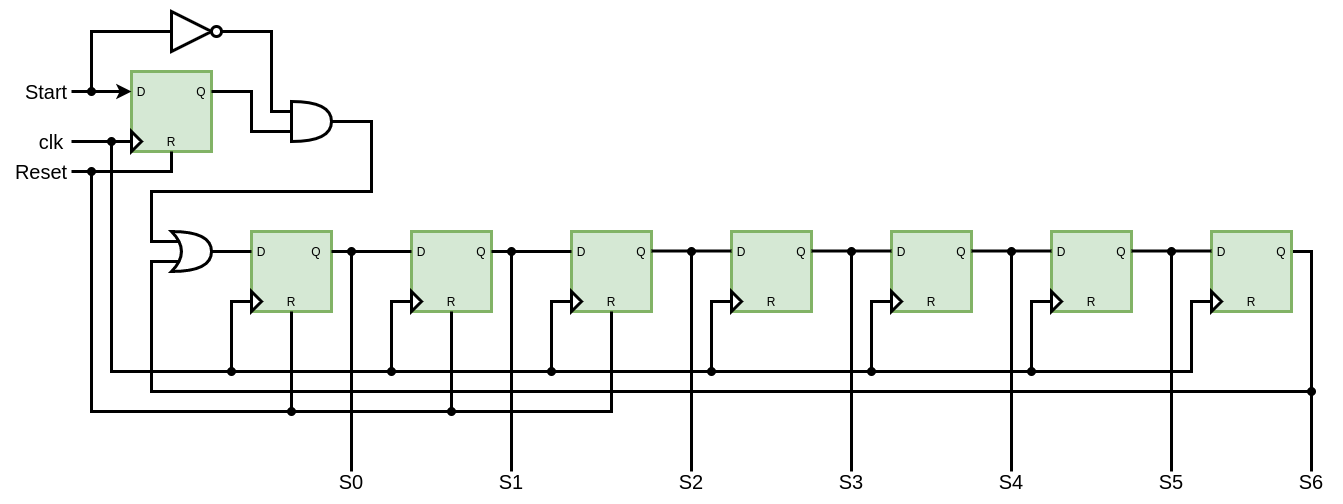
Before: other/diagrams/seven_state_sm.png, a diagram exported from draw.io (dma-neves/dcpu). Source tidied: cells renumbered, new cells last; positions are measured from the earlier drawing's top-left corner, leaving out a move shared by most shapes.
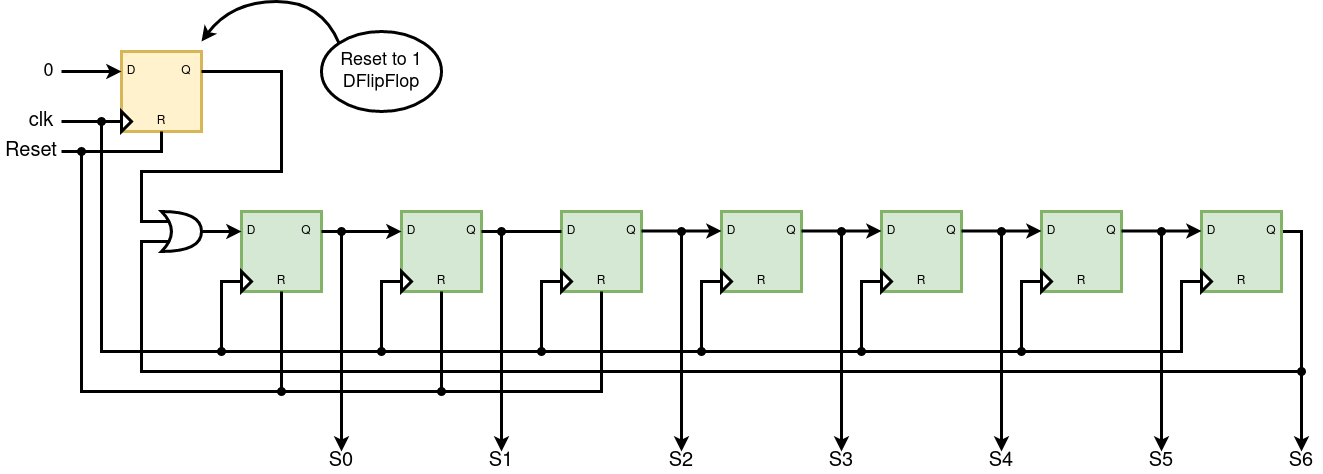
The same file after the commit.

Diff of the diagram source:
```diff
@@ -26,9 +26,6 @@
     <mxCell id="9" value="Q" style="text;html=1;strokeColor=none;fillColor=none;align=center;verticalAlign=middle;whiteSpace=wrap;rounded=0;strokeWidth=3;" parent="1" vertex="1">
       <mxGeometry x="450" y="230" width="40" height="20" as="geometry" />
     </mxCell>
-    <mxCell id="10" value="Start" style="text;html=1;strokeColor=none;fillColor=none;align=center;verticalAlign=middle;whiteSpace=wrap;rounded=0;strokeWidth=3;fontSize=20;" parent="1" vertex="1">
-      <mxGeometry x="10" y="70" width="50" height="20" as="geometry" />
-    </mxCell>
     <mxCell id="11" value="R" style="text;html=1;strokeColor=none;fillColor=none;align=center;verticalAlign=middle;whiteSpace=wrap;rounded=0;strokeWidth=3;" parent="1" vertex="1">
       <mxGeometry x="260" y="280" width="40" height="20" as="geometry" />
     </mxCell>
@@ -77,27 +74,18 @@
         </Array>
       </mxGeometry>
     </mxCell>
-    <mxCell id="19" style="endArrow=none;html=1;strokeColor=#000000;exitX=1;exitY=0.5;exitDx=0;exitDy=0;exitPerimeter=0;strokeWidth=3;" parent="1" edge="1">
+    <mxCell id="19" style="endArrow=classic;html=1;strokeColor=#000000;exitX=1;exitY=0.5;exitDx=0;exitDy=0;exitPerimeter=0;strokeWidth=3;endFill=1;" parent="1" edge="1">
       <mxGeometry relative="1" as="geometry">
         <mxPoint x="200" y="240" as="sourcePoint" />
         <mxPoint x="240" y="240" as="targetPoint" />
       </mxGeometry>
     </mxCell>
-    <mxCell id="20" style="triangle;whiteSpace=wrap;html=1;strokeWidth=3;" parent="1" vertex="1">
-      <mxGeometry x="160" width="40" height="40" as="geometry" />
-    </mxCell>
-    <mxCell id="21" style="ellipse;whiteSpace=wrap;html=1;strokeWidth=3;" parent="1" vertex="1">
-      <mxGeometry x="200" y="15" width="10" height="10" as="geometry" />
-    </mxCell>
-    <mxCell id="22" style="shape=or;whiteSpace=wrap;html=1;strokeWidth=3;" parent="1" vertex="1">
-      <mxGeometry x="280" y="90" width="40" height="40" as="geometry" />
-    </mxCell>
-    <mxCell id="23" style="endArrow=oval;html=1;strokeColor=#000000;startArrow=none;startFill=0;endFill=1;exitX=0.5;exitY=0;exitDx=0;exitDy=0;strokeWidth=3;" parent="1" edge="1" source="25">
+    <mxCell id="23" style="endArrow=oval;html=1;strokeColor=#000000;startArrow=classic;startFill=1;endFill=1;exitX=0.5;exitY=0;exitDx=0;exitDy=0;strokeWidth=3;" parent="1" edge="1" source="25">
       <mxGeometry relative="1" as="geometry">
         <mxPoint x="340" y="240" as="targetPoint" />
       </mxGeometry>
     </mxCell>
-    <mxCell id="24" style="endArrow=none;html=1;strokeColor=#000000;startArrow=oval;startFill=1;entryX=0.5;entryY=0;entryDx=0;entryDy=0;strokeWidth=3;" parent="1" edge="1" target="26">
+    <mxCell id="24" style="endArrow=classic;html=1;strokeColor=#000000;startArrow=oval;startFill=1;entryX=0.5;entryY=0;entryDx=0;entryDy=0;strokeWidth=3;endFill=1;" parent="1" edge="1" target="26">
       <mxGeometry relative="1" as="geometry">
         <mxPoint x="500" y="240" as="sourcePoint" />
       </mxGeometry>
@@ -242,31 +230,31 @@
         </Array>
       </mxGeometry>
     </mxCell>
-    <mxCell id="59" style="endArrow=none;html=1;exitX=1;exitY=0.25;exitDx=0;exitDy=0;strokeWidth=3;" parent="1" edge="1">
+    <mxCell id="59" style="endArrow=classic;html=1;exitX=1;exitY=0.25;exitDx=0;exitDy=0;strokeWidth=3;endFill=1;" parent="1" edge="1">
       <mxGeometry relative="1" as="geometry">
         <mxPoint x="640" y="239.5" as="sourcePoint" />
         <mxPoint x="720" y="239.5" as="targetPoint" />
       </mxGeometry>
     </mxCell>
-    <mxCell id="60" style="endArrow=none;html=1;exitX=1;exitY=0.25;exitDx=0;exitDy=0;strokeWidth=3;" parent="1" edge="1">
+    <mxCell id="60" style="endArrow=classic;html=1;exitX=1;exitY=0.25;exitDx=0;exitDy=0;strokeWidth=3;endFill=1;" parent="1" edge="1">
       <mxGeometry relative="1" as="geometry">
         <mxPoint x="800" y="239.5" as="sourcePoint" />
         <mxPoint x="880" y="239.5" as="targetPoint" />
       </mxGeometry>
     </mxCell>
-    <mxCell id="61" style="endArrow=none;html=1;exitX=1;exitY=0.25;exitDx=0;exitDy=0;strokeWidth=3;" parent="1" edge="1">
+    <mxCell id="61" style="endArrow=classic;html=1;exitX=1;exitY=0.25;exitDx=0;exitDy=0;strokeWidth=3;endFill=1;" parent="1" edge="1">
       <mxGeometry relative="1" as="geometry">
         <mxPoint x="960" y="239.5" as="sourcePoint" />
         <mxPoint x="1040" y="239.5" as="targetPoint" />
       </mxGeometry>
     </mxCell>
-    <mxCell id="62" style="endArrow=none;html=1;exitX=1;exitY=0.25;exitDx=0;exitDy=0;strokeWidth=3;" parent="1" edge="1">
+    <mxCell id="62" style="endArrow=classic;html=1;exitX=1;exitY=0.25;exitDx=0;exitDy=0;strokeWidth=3;endFill=1;" parent="1" edge="1">
       <mxGeometry relative="1" as="geometry">
         <mxPoint x="1120" y="239.5" as="sourcePoint" />
         <mxPoint x="1200" y="239.5" as="targetPoint" />
       </mxGeometry>
     </mxCell>
-    <mxCell id="63" style="endArrow=none;html=1;strokeColor=#000000;startArrow=oval;startFill=1;entryX=0.5;entryY=0;entryDx=0;entryDy=0;strokeWidth=3;" parent="1" edge="1" target="64">
+    <mxCell id="63" style="endArrow=classic;html=1;strokeColor=#000000;startArrow=oval;startFill=1;entryX=0.5;entryY=0;entryDx=0;entryDy=0;strokeWidth=3;endFill=1;" parent="1" edge="1" target="64">
       <mxGeometry relative="1" as="geometry">
         <mxPoint x="680" y="240" as="sourcePoint" />
       </mxGeometry>
@@ -274,7 +262,7 @@
     <mxCell id="64" value="S2" style="text;html=1;strokeColor=none;fillColor=none;align=center;verticalAlign=middle;whiteSpace=wrap;rounded=0;strokeWidth=3;fontSize=20;" parent="1" vertex="1">
       <mxGeometry x="660" y="460" width="40" height="20" as="geometry" />
     </mxCell>
-    <mxCell id="65" style="endArrow=none;html=1;strokeColor=#000000;startArrow=oval;startFill=1;entryX=0.5;entryY=0;entryDx=0;entryDy=0;strokeWidth=3;" parent="1" edge="1" target="66">
+    <mxCell id="65" style="endArrow=classic;html=1;strokeColor=#000000;startArrow=oval;startFill=1;entryX=0.5;entryY=0;entryDx=0;entryDy=0;strokeWidth=3;endFill=1;" parent="1" edge="1" target="66">
       <mxGeometry relative="1" as="geometry">
         <mxPoint x="840" y="240" as="sourcePoint" />
       </mxGeometry>
@@ -282,7 +270,7 @@
     <mxCell id="66" value="S3" style="text;html=1;strokeColor=none;fillColor=none;align=center;verticalAlign=middle;whiteSpace=wrap;rounded=0;strokeWidth=3;fontSize=20;" parent="1" vertex="1">
       <mxGeometry x="820" y="460" width="40" height="20" as="geometry" />
     </mxCell>
-    <mxCell id="67" style="endArrow=none;html=1;strokeColor=#000000;startArrow=oval;startFill=1;entryX=0.5;entryY=0;entryDx=0;entryDy=0;strokeWidth=3;" parent="1" edge="1" target="68">
+    <mxCell id="67" style="endArrow=classic;html=1;strokeColor=#000000;startArrow=oval;startFill=1;entryX=0.5;entryY=0;entryDx=0;entryDy=0;strokeWidth=3;endFill=1;" parent="1" edge="1" target="68">
       <mxGeometry relative="1" as="geometry">
         <mxPoint x="1000" y="240" as="sourcePoint" />
       </mxGeometry>
@@ -290,7 +278,7 @@
     <mxCell id="68" value="S4" style="text;html=1;strokeColor=none;fillColor=none;align=center;verticalAlign=middle;whiteSpace=wrap;rounded=0;strokeWidth=3;fontSize=20;" parent="1" vertex="1">
       <mxGeometry x="980" y="460" width="40" height="20" as="geometry" />
     </mxCell>
-    <mxCell id="69" style="endArrow=none;html=1;strokeColor=#000000;startArrow=oval;startFill=1;entryX=0.5;entryY=0;entryDx=0;entryDy=0;strokeWidth=3;" parent="1" edge="1" target="70">
+    <mxCell id="69" style="endArrow=classic;html=1;strokeColor=#000000;startArrow=oval;startFill=1;entryX=0.5;entryY=0;entryDx=0;entryDy=0;strokeWidth=3;endFill=1;" parent="1" edge="1" target="70">
       <mxGeometry relative="1" as="geometry">
         <mxPoint x="1160" y="240" as="sourcePoint" />
       </mxGeometry>
@@ -298,7 +286,7 @@
     <mxCell id="70" value="S5" style="text;html=1;strokeColor=none;fillColor=none;align=center;verticalAlign=middle;whiteSpace=wrap;rounded=0;strokeWidth=3;fontSize=20;" parent="1" vertex="1">
       <mxGeometry x="1140" y="460" width="40" height="20" as="geometry" />
     </mxCell>
-    <mxCell id="71" style="endArrow=none;html=1;strokeColor=#000000;startArrow=oval;startFill=1;entryX=0.5;entryY=0;entryDx=0;entryDy=0;strokeWidth=3;" parent="1" edge="1" target="72">
+    <mxCell id="71" style="endArrow=classic;html=1;strokeColor=#000000;startArrow=oval;startFill=1;entryX=0.5;entryY=0;entryDx=0;entryDy=0;strokeWidth=3;endFill=1;" parent="1" edge="1" target="72">
       <mxGeometry relative="1" as="geometry">
         <mxPoint x="1300" y="380" as="sourcePoint" />
       </mxGeometry>
@@ -306,7 +294,7 @@
     <mxCell id="72" value="S6" style="text;html=1;strokeColor=none;fillColor=none;align=center;verticalAlign=middle;whiteSpace=wrap;rounded=0;strokeWidth=3;fontSize=20;" parent="1" vertex="1">
       <mxGeometry x="1280" y="460" width="40" height="20" as="geometry" />
     </mxCell>
-    <mxCell id="73" style="rounded=0;whiteSpace=wrap;html=1;fillColor=#d5e8d4;strokeColor=#82b366;strokeWidth=3;" parent="1" vertex="1">
+    <mxCell id="73" style="rounded=0;whiteSpace=wrap;html=1;fillColor=#fff2cc;strokeColor=#d6b656;strokeWidth=3;" parent="1" vertex="1">
       <mxGeometry x="120" y="60" width="80" height="80" as="geometry" />
     </mxCell>
     <mxCell id="74" value="D" style="text;html=1;strokeColor=none;fillColor=none;align=center;verticalAlign=middle;whiteSpace=wrap;rounded=0;strokeWidth=3;" parent="1" vertex="1">
@@ -316,49 +304,26 @@
       <mxGeometry x="120" y="120" width="10" height="20" as="geometry" />
     </mxCell>
     <mxCell id="76" value="Q" style="text;html=1;strokeColor=none;fillColor=none;align=center;verticalAlign=middle;whiteSpace=wrap;rounded=0;strokeWidth=3;" parent="1" vertex="1">
-      <mxGeometry x="170" y="70" width="40" height="20" as="geometry" />
+      <mxGeometry x="170" y="70" width="30" height="20" as="geometry" />
     </mxCell>
     <mxCell id="77" value="R" style="text;html=1;strokeColor=none;fillColor=none;align=center;verticalAlign=middle;whiteSpace=wrap;rounded=0;strokeWidth=3;" parent="1" vertex="1">
       <mxGeometry x="140" y="120" width="40" height="20" as="geometry" />
     </mxCell>
-    <mxCell id="78" style="endArrow=classic;html=1;exitX=1;exitY=0.5;exitDx=0;exitDy=0;entryX=0;entryY=0.25;entryDx=0;entryDy=0;strokeWidth=3;" parent="1" edge="1" source="10" target="73">
-      <mxGeometry relative="1" as="geometry" />
+    <mxCell id="78" style="endArrow=classic;html=1;exitX=1;exitY=0.5;exitDx=0;exitDy=0;entryX=0;entryY=0.25;entryDx=0;entryDy=0;strokeWidth=3;" parent="1" edge="1" target="73">
+      <mxGeometry relative="1" as="geometry">
+        <mxPoint x="60" y="80" as="sourcePoint" />
+      </mxGeometry>
     </mxCell>
-    <mxCell id="79" style="endArrow=none;html=1;exitX=1;exitY=0.25;exitDx=0;exitDy=0;rounded=0;strokeWidth=3;" parent="1" edge="1" source="73">
-      <mxGeometry relative="1" as="geometry">
-        <mxPoint x="280" y="120" as="targetPoint" />
-        <Array as="points">
-          <mxPoint x="240" y="80" />
-          <mxPoint x="240" y="120" />
-        </Array>
-      </mxGeometry>
-    </mxCell>
-    <mxCell id="80" style="endArrow=none;html=1;exitX=1;exitY=0.5;exitDx=0;exitDy=0;entryX=0;entryY=0.25;entryDx=0;entryDy=0;entryPerimeter=0;rounded=0;strokeWidth=3;" parent="1" edge="1" source="21" target="22">
-      <mxGeometry relative="1" as="geometry">
-        <Array as="points">
-          <mxPoint x="260" y="20" />
-          <mxPoint x="260" y="100" />
-        </Array>
-      </mxGeometry>
-    </mxCell>
-    <mxCell id="81" style="endArrow=none;html=1;entryX=0;entryY=0.5;entryDx=0;entryDy=0;rounded=0;startArrow=oval;startFill=1;strokeWidth=3;" parent="1" edge="1" target="20">
-      <mxGeometry relative="1" as="geometry">
-        <mxPoint x="80" y="80" as="sourcePoint" />
-        <Array as="points">
-          <mxPoint x="80" y="20" />
-        </Array>
-      </mxGeometry>
-    </mxCell>
     <mxCell id="82" style="shape=xor;whiteSpace=wrap;html=1;strokeWidth=3;" parent="1" vertex="1">
       <mxGeometry x="160" y="220" width="40" height="40" as="geometry" />
     </mxCell>
-    <mxCell id="83" style="endArrow=none;html=1;exitX=0.175;exitY=0.25;exitDx=0;exitDy=0;exitPerimeter=0;entryX=1;entryY=0.5;entryDx=0;entryDy=0;entryPerimeter=0;rounded=0;strokeWidth=3;" parent="1" edge="1" source="82" target="22">
+    <mxCell id="83" style="endArrow=none;html=1;exitX=0.175;exitY=0.25;exitDx=0;exitDy=0;exitPerimeter=0;rounded=0;strokeWidth=3;entryX=1;entryY=0.25;entryDx=0;entryDy=0;" parent="1" edge="1" source="82" target="73">
       <mxGeometry relative="1" as="geometry">
         <Array as="points">
           <mxPoint x="140" y="230" />
           <mxPoint x="140" y="180" />
-          <mxPoint x="360" y="180" />
-          <mxPoint x="360" y="110" />
+          <mxPoint x="280" y="180" />
+          <mxPoint x="280" y="80" />
         </Array>
       </mxGeometry>
     </mxCell>
@@ -372,7 +337,7 @@
         </Array>
       </mxGeometry>
     </mxCell>
-    <mxCell id="86" style="endArrow=none;html=1;exitX=1;exitY=0.25;exitDx=0;exitDy=0;entryX=0;entryY=0.25;entryDx=0;entryDy=0;strokeWidth=3;" parent="1" edge="1" source="2" target="3">
+    <mxCell id="86" style="endArrow=classic;html=1;exitX=1;exitY=0.25;exitDx=0;exitDy=0;entryX=0;entryY=0.25;entryDx=0;entryDy=0;strokeWidth=3;endFill=1;" parent="1" edge="1" source="2" target="3">
       <mxGeometry relative="1" as="geometry" />
     </mxCell>
     <mxCell id="87" style="endArrow=none;html=1;entryX=0;entryY=0.5;entryDx=0;entryDy=0;rounded=0;startArrow=oval;startFill=1;strokeWidth=3;" parent="1" edge="1">
@@ -384,5 +349,23 @@
         </Array>
       </mxGeometry>
     </mxCell>
+    <mxCell id="88" value="0" style="text;html=1;strokeColor=none;fillColor=none;align=center;verticalAlign=middle;whiteSpace=wrap;rounded=0;fontSize=18;" parent="1" vertex="1">
+      <mxGeometry x="40" y="65" width="15" height="30" as="geometry" />
+    </mxCell>
+    <mxCell id="89" value="Reset to 1 DFlipFlop" style="text;html=1;strokeColor=none;fillColor=none;align=center;verticalAlign=middle;whiteSpace=wrap;rounded=0;fontSize=18;" parent="1" vertex="1">
+      <mxGeometry x="320" y="60" width="120" height="40" as="geometry" />
+    </mxCell>
+    <mxCell id="90" style="ellipse;whiteSpace=wrap;html=1;fontSize=18;strokeColor=default;strokeWidth=3;fillColor=none;align=right;" parent="1" vertex="1">
+      <mxGeometry x="320" y="40" width="120" height="80" as="geometry" />
+    </mxCell>
+    <mxCell id="91" style="curved=1;endArrow=classic;html=1;rounded=0;fontSize=18;strokeWidth=3;exitX=0;exitY=0;exitDx=0;exitDy=0;" parent="1" edge="1" source="90">
+      <mxGeometry relative="1" as="geometry">
+        <mxPoint x="200" y="50" as="targetPoint" />
+        <Array as="points">
+          <mxPoint x="320" y="10" />
+          <mxPoint x="230" y="10" />
+        </Array>
+      </mxGeometry>
+    </mxCell>
   </root>
 </mxGraphModel>
```
